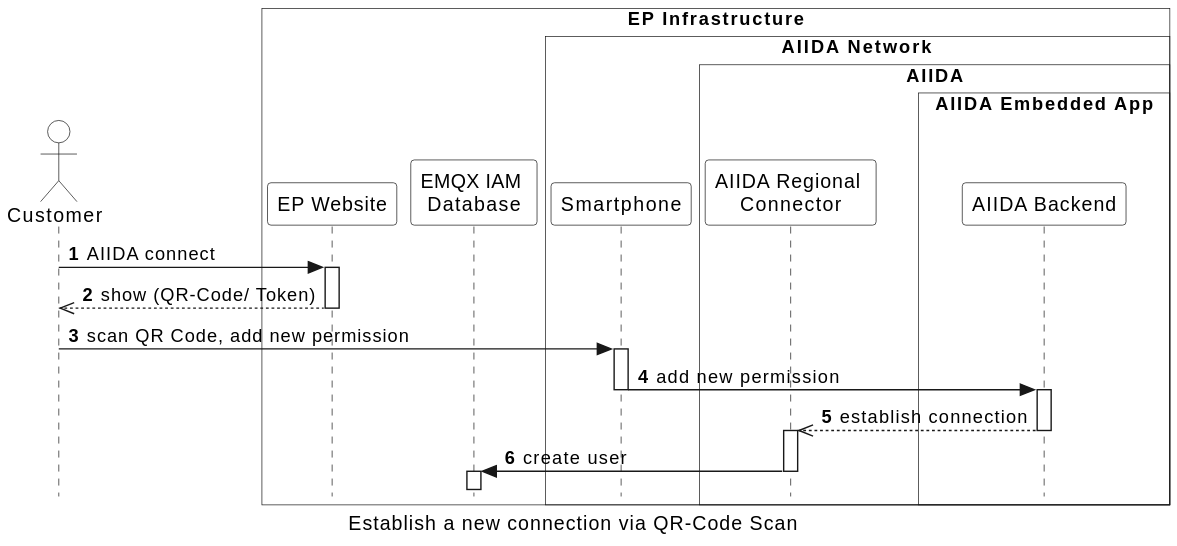
The PlantUML diagram arc42/aiida/runtime-view/figures/aiida_new_connection_qr.svg in eddie-energy/architecture, before a commit.
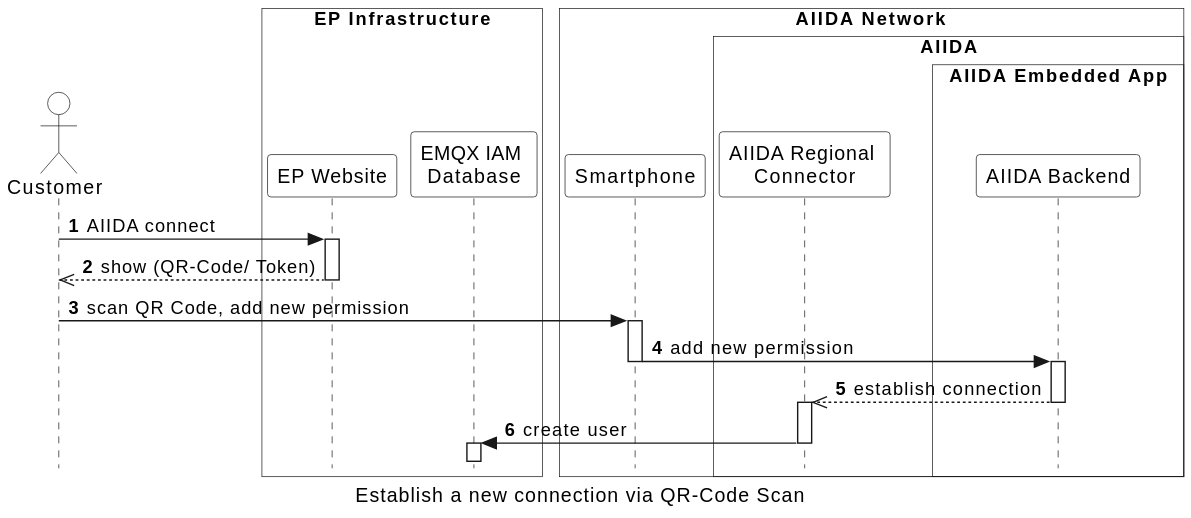
The same diagram one commit later.

Diff of the diagram source:
```diff
@@ -14,15 +14,16 @@
 box "EP Infrastructure" #transparent
   participant "EP Website" as website
   participant "EMQX IAM \nDatabase" as database
-    box "\tAIIDA Network\t\t"  #transparent
-    participant "Smartphone" as smartphone
+end box
+box "\tAIIDA Network\t\t"  #transparent
+  participant "Smartphone" as smartphone
     box "AIIDA" #transparent
     participant "AIIDA Regional \nConnector" as connector
        box "AIIDA Embedded App" #transparent
       participant "AIIDA Backend" as backend
     end box
   end box
-end box
+
 
 user -> website : AIIDA connect
 activate website
```
